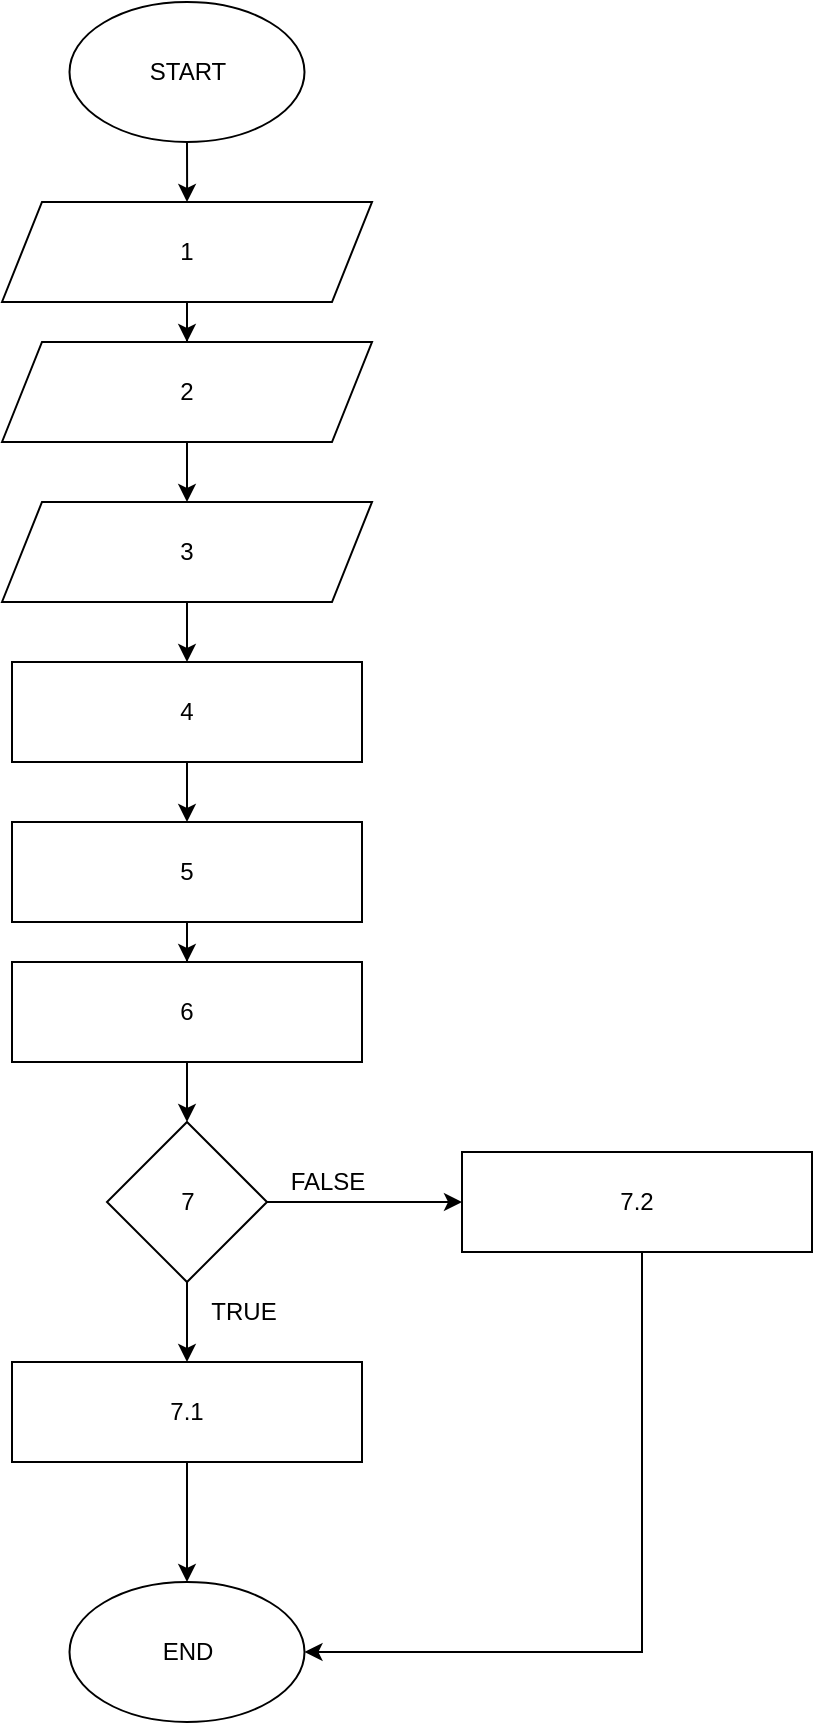
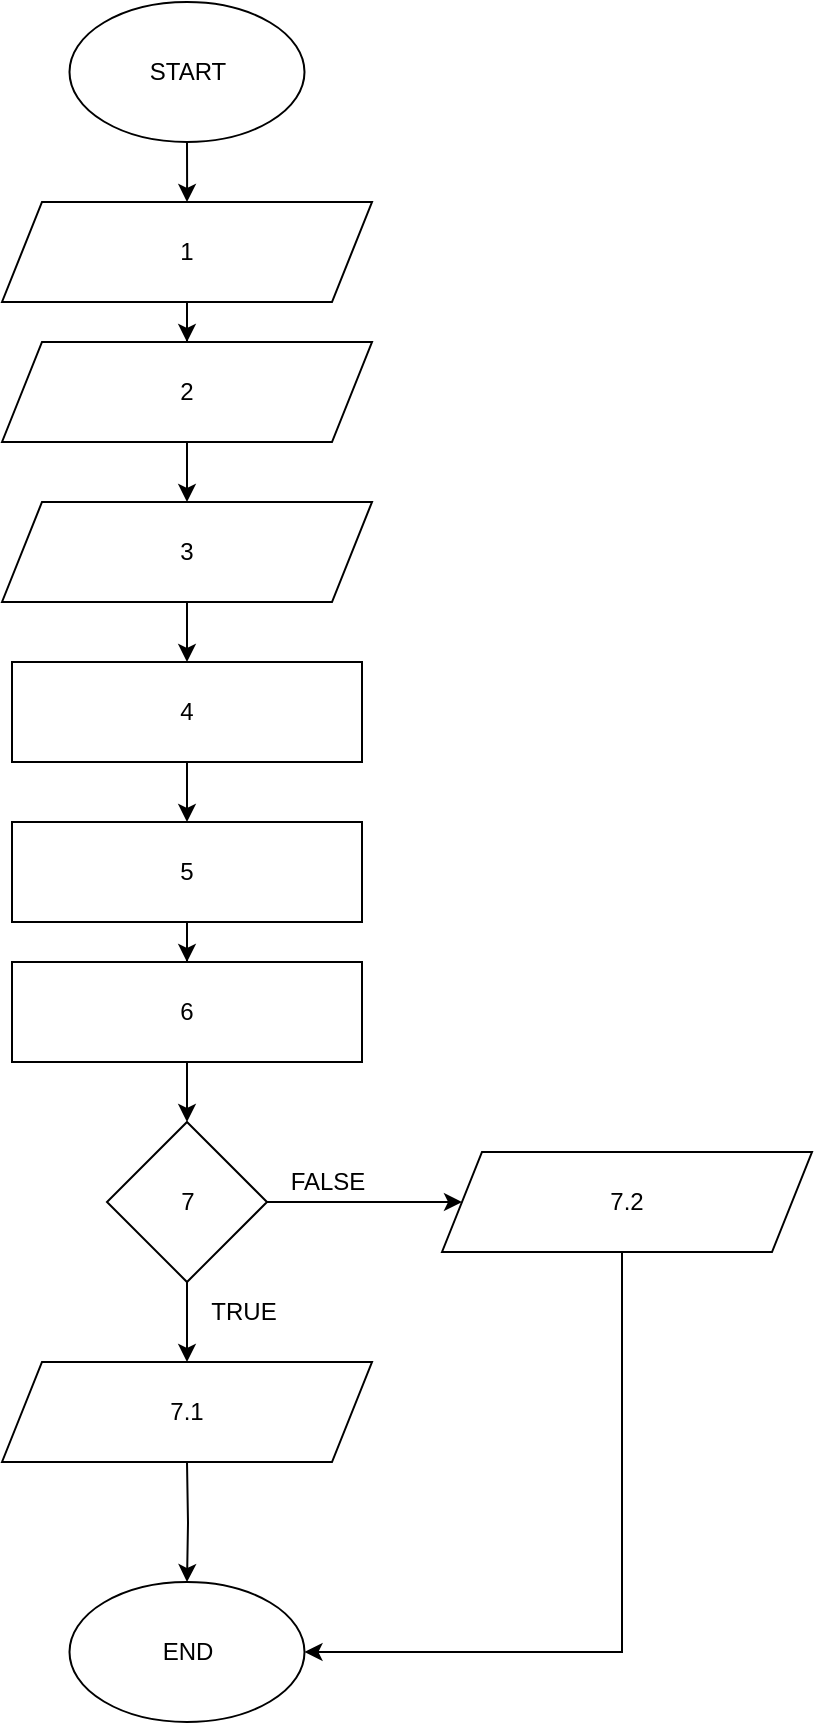
<mxfile host="app.diagrams.net">
-   <diagram name="Page-1" id="DZQpwDG2AguKfzWeCMCz">
-     <mxGraphModel dx="1832" dy="1016" grid="1" gridSize="10" guides="1" tooltips="1" connect="1" arrows="1" fold="1" page="1" pageScale="1" pageWidth="850" pageHeight="1100" math="0" shadow="0">
+   <diagram name="Page-1" id="gaM7ZMEkuyfL6_FFLKv9">
+     <mxGraphModel dx="1396" dy="1991" grid="1" gridSize="10" guides="1" tooltips="1" connect="1" arrows="1" fold="1" page="1" pageScale="1" pageWidth="850" pageHeight="1100" math="0" shadow="0">
      <root>
        <mxCell id="0" />
        <mxCell id="1" parent="0" />
-         <mxCell id="kQ8cNT2L98zMurMp1pFD-1" edge="1" parent="1" source="kQ8cNT2L98zMurMp1pFD-2" style="edgeStyle=orthogonalEdgeStyle;rounded=0;orthogonalLoop=1;jettySize=auto;html=1;" target="kQ8cNT2L98zMurMp1pFD-5" value="">
+         <mxCell id="jRngi_6EwiUO38Zkh1do-200" edge="1" parent="1" source="jRngi_6EwiUO38Zkh1do-201" style="edgeStyle=orthogonalEdgeStyle;rounded=0;orthogonalLoop=1;jettySize=auto;html=1;" target="jRngi_6EwiUO38Zkh1do-204" value="">
          <mxGeometry relative="1" as="geometry" />
        </mxCell>
-         <mxCell id="kQ8cNT2L98zMurMp1pFD-2" parent="1" style="ellipse;whiteSpace=wrap;html=1;" value="START" vertex="1">
-           <mxGeometry height="70" width="117.5" x="113.75" y="20" as="geometry" />
+         <mxCell id="jRngi_6EwiUO38Zkh1do-201" parent="1" style="ellipse;whiteSpace=wrap;html=1;" value="START" vertex="1">
+           <mxGeometry height="70" width="117.5" x="73.75" y="-1040" as="geometry" />
        </mxCell>
-         <mxCell id="kQ8cNT2L98zMurMp1pFD-3" parent="1" style="ellipse;whiteSpace=wrap;html=1;" value="END" vertex="1">
-           <mxGeometry height="70" width="117.5" x="113.75" y="810" as="geometry" />
+         <mxCell id="jRngi_6EwiUO38Zkh1do-202" parent="1" style="ellipse;whiteSpace=wrap;html=1;" value="END" vertex="1">
+           <mxGeometry height="70" width="117.5" x="73.75" y="-250" as="geometry" />
        </mxCell>
-         <mxCell id="hf9Sjb7kctjb_-5yFeh5-3" edge="1" parent="1" source="kQ8cNT2L98zMurMp1pFD-5" style="edgeStyle=orthogonalEdgeStyle;rounded=0;orthogonalLoop=1;jettySize=auto;html=1;" target="hf9Sjb7kctjb_-5yFeh5-1" value="">
+         <mxCell id="jRngi_6EwiUO38Zkh1do-203" edge="1" parent="1" source="jRngi_6EwiUO38Zkh1do-204" style="edgeStyle=orthogonalEdgeStyle;rounded=0;orthogonalLoop=1;jettySize=auto;html=1;" target="jRngi_6EwiUO38Zkh1do-212" value="">
          <mxGeometry relative="1" as="geometry" />
        </mxCell>
-         <mxCell id="kQ8cNT2L98zMurMp1pFD-5" parent="1" style="shape=parallelogram;perimeter=parallelogramPerimeter;whiteSpace=wrap;html=1;fixedSize=1;" value="1" vertex="1">
-           <mxGeometry height="50" width="185" x="80" y="120" as="geometry" />
+         <mxCell id="jRngi_6EwiUO38Zkh1do-204" parent="1" style="shape=parallelogram;perimeter=parallelogramPerimeter;whiteSpace=wrap;html=1;fixedSize=1;" value="1" vertex="1">
+           <mxGeometry height="50" width="185" x="40" y="-940" as="geometry" />
        </mxCell>
-         <mxCell id="kQ8cNT2L98zMurMp1pFD-8" edge="1" parent="1" source="kQ8cNT2L98zMurMp1pFD-9" style="edgeStyle=orthogonalEdgeStyle;rounded=0;orthogonalLoop=1;jettySize=auto;html=1;" target="kQ8cNT2L98zMurMp1pFD-11" value="">
+         <mxCell id="jRngi_6EwiUO38Zkh1do-205" edge="1" parent="1" source="jRngi_6EwiUO38Zkh1do-206" style="edgeStyle=orthogonalEdgeStyle;rounded=0;orthogonalLoop=1;jettySize=auto;html=1;" target="jRngi_6EwiUO38Zkh1do-208" value="">
          <mxGeometry relative="1" as="geometry" />
        </mxCell>
-         <mxCell id="kQ8cNT2L98zMurMp1pFD-9" parent="1" style="rounded=0;whiteSpace=wrap;html=1;" value="4" vertex="1">
-           <mxGeometry height="50" width="175" x="85" y="350" as="geometry" />
+         <mxCell id="jRngi_6EwiUO38Zkh1do-206" parent="1" style="rounded=0;whiteSpace=wrap;html=1;" value="4" vertex="1">
+           <mxGeometry height="50" width="175" x="45" y="-710" as="geometry" />
        </mxCell>
-         <mxCell id="kQ8cNT2L98zMurMp1pFD-10" edge="1" parent="1" source="kQ8cNT2L98zMurMp1pFD-11" style="edgeStyle=orthogonalEdgeStyle;rounded=0;orthogonalLoop=1;jettySize=auto;html=1;" target="kQ8cNT2L98zMurMp1pFD-13" value="">
+         <mxCell id="jRngi_6EwiUO38Zkh1do-207" edge="1" parent="1" source="jRngi_6EwiUO38Zkh1do-208" style="edgeStyle=orthogonalEdgeStyle;rounded=0;orthogonalLoop=1;jettySize=auto;html=1;" target="jRngi_6EwiUO38Zkh1do-210" value="">
          <mxGeometry relative="1" as="geometry" />
        </mxCell>
-         <mxCell id="kQ8cNT2L98zMurMp1pFD-11" parent="1" style="rounded=0;whiteSpace=wrap;html=1;" value="5" vertex="1">
-           <mxGeometry height="50" width="175" x="85" y="430" as="geometry" />
+         <mxCell id="jRngi_6EwiUO38Zkh1do-208" parent="1" style="rounded=0;whiteSpace=wrap;html=1;" value="5" vertex="1">
+           <mxGeometry height="50" width="175" x="45" y="-630" as="geometry" />
        </mxCell>
-         <mxCell id="hf9Sjb7kctjb_-5yFeh5-8" edge="1" parent="1" source="kQ8cNT2L98zMurMp1pFD-13" style="edgeStyle=orthogonalEdgeStyle;rounded=0;orthogonalLoop=1;jettySize=auto;html=1;" target="hf9Sjb7kctjb_-5yFeh5-7" value="">
+         <mxCell id="jRngi_6EwiUO38Zkh1do-209" edge="1" parent="1" source="jRngi_6EwiUO38Zkh1do-210" style="edgeStyle=orthogonalEdgeStyle;rounded=0;orthogonalLoop=1;jettySize=auto;html=1;" target="jRngi_6EwiUO38Zkh1do-217" value="">
          <mxGeometry relative="1" as="geometry" />
        </mxCell>
-         <mxCell id="kQ8cNT2L98zMurMp1pFD-13" parent="1" style="rounded=0;whiteSpace=wrap;html=1;" value="6" vertex="1">
-           <mxGeometry height="50" width="175" x="85" y="500" as="geometry" />
+         <mxCell id="jRngi_6EwiUO38Zkh1do-210" parent="1" style="rounded=0;whiteSpace=wrap;html=1;" value="6" vertex="1">
+           <mxGeometry height="50" width="175" x="45" y="-560" as="geometry" />
        </mxCell>
-         <mxCell id="hf9Sjb7kctjb_-5yFeh5-4" edge="1" parent="1" source="hf9Sjb7kctjb_-5yFeh5-1" style="edgeStyle=orthogonalEdgeStyle;rounded=0;orthogonalLoop=1;jettySize=auto;html=1;" target="hf9Sjb7kctjb_-5yFeh5-2" value="">
+         <mxCell id="jRngi_6EwiUO38Zkh1do-211" edge="1" parent="1" source="jRngi_6EwiUO38Zkh1do-212" style="edgeStyle=orthogonalEdgeStyle;rounded=0;orthogonalLoop=1;jettySize=auto;html=1;" target="jRngi_6EwiUO38Zkh1do-214" value="">
          <mxGeometry relative="1" as="geometry" />
        </mxCell>
-         <mxCell id="hf9Sjb7kctjb_-5yFeh5-1" parent="1" style="shape=parallelogram;perimeter=parallelogramPerimeter;whiteSpace=wrap;html=1;fixedSize=1;" value="2" vertex="1">
-           <mxGeometry height="50" width="185" x="80" y="190" as="geometry" />
+         <mxCell id="jRngi_6EwiUO38Zkh1do-212" parent="1" style="shape=parallelogram;perimeter=parallelogramPerimeter;whiteSpace=wrap;html=1;fixedSize=1;" value="2" vertex="1">
+           <mxGeometry height="50" width="185" x="40" y="-870" as="geometry" />
        </mxCell>
-         <mxCell id="hf9Sjb7kctjb_-5yFeh5-5" edge="1" parent="1" source="hf9Sjb7kctjb_-5yFeh5-2" style="edgeStyle=orthogonalEdgeStyle;rounded=0;orthogonalLoop=1;jettySize=auto;html=1;" target="kQ8cNT2L98zMurMp1pFD-9" value="">
+         <mxCell id="jRngi_6EwiUO38Zkh1do-213" edge="1" parent="1" source="jRngi_6EwiUO38Zkh1do-214" style="edgeStyle=orthogonalEdgeStyle;rounded=0;orthogonalLoop=1;jettySize=auto;html=1;" target="jRngi_6EwiUO38Zkh1do-206" value="">
          <mxGeometry relative="1" as="geometry" />
        </mxCell>
-         <mxCell id="hf9Sjb7kctjb_-5yFeh5-2" parent="1" style="shape=parallelogram;perimeter=parallelogramPerimeter;whiteSpace=wrap;html=1;fixedSize=1;" value="3" vertex="1">
-           <mxGeometry height="50" width="185" x="80" y="270" as="geometry" />
+         <mxCell id="jRngi_6EwiUO38Zkh1do-214" parent="1" style="shape=parallelogram;perimeter=parallelogramPerimeter;whiteSpace=wrap;html=1;fixedSize=1;" value="3" vertex="1">
+           <mxGeometry height="50" width="185" x="40" y="-790" as="geometry" />
        </mxCell>
-         <mxCell id="hf9Sjb7kctjb_-5yFeh5-10" edge="1" parent="1" source="hf9Sjb7kctjb_-5yFeh5-7" style="edgeStyle=orthogonalEdgeStyle;rounded=0;orthogonalLoop=1;jettySize=auto;html=1;" target="hf9Sjb7kctjb_-5yFeh5-9" value="">
-           <mxGeometry relative="1" as="geometry" />
+         <mxCell id="jRngi_6EwiUO38Zkh1do-215" edge="1" parent="1" source="jRngi_6EwiUO38Zkh1do-217" style="edgeStyle=orthogonalEdgeStyle;rounded=0;orthogonalLoop=1;jettySize=auto;html=1;" value="">
+           <mxGeometry relative="1" as="geometry">
+             <mxPoint x="132.5" y="-360" as="targetPoint" />
+           </mxGeometry>
        </mxCell>
-         <mxCell id="hf9Sjb7kctjb_-5yFeh5-13" edge="1" parent="1" source="hf9Sjb7kctjb_-5yFeh5-7" style="edgeStyle=orthogonalEdgeStyle;rounded=0;orthogonalLoop=1;jettySize=auto;html=1;" target="hf9Sjb7kctjb_-5yFeh5-12" value="">
-           <mxGeometry relative="1" as="geometry" />
+         <mxCell id="jRngi_6EwiUO38Zkh1do-216" edge="1" parent="1" source="jRngi_6EwiUO38Zkh1do-217" style="edgeStyle=orthogonalEdgeStyle;rounded=0;orthogonalLoop=1;jettySize=auto;html=1;" value="">
+           <mxGeometry relative="1" as="geometry">
+             <mxPoint x="270" y="-440" as="targetPoint" />
+           </mxGeometry>
        </mxCell>
-         <mxCell id="hf9Sjb7kctjb_-5yFeh5-7" parent="1" style="rhombus;whiteSpace=wrap;html=1;" value="7" vertex="1">
-           <mxGeometry height="80" width="80" x="132.5" y="580" as="geometry" />
+         <mxCell id="jRngi_6EwiUO38Zkh1do-217" parent="1" style="rhombus;whiteSpace=wrap;html=1;" value="7" vertex="1">
+           <mxGeometry height="80" width="80" x="92.5" y="-480" as="geometry" />
        </mxCell>
-         <mxCell id="hf9Sjb7kctjb_-5yFeh5-11" edge="1" parent="1" source="hf9Sjb7kctjb_-5yFeh5-9" style="edgeStyle=orthogonalEdgeStyle;rounded=0;orthogonalLoop=1;jettySize=auto;html=1;" target="kQ8cNT2L98zMurMp1pFD-3" value="">
-           <mxGeometry relative="1" as="geometry" />
+         <mxCell id="jRngi_6EwiUO38Zkh1do-218" edge="1" parent="1" style="edgeStyle=orthogonalEdgeStyle;rounded=0;orthogonalLoop=1;jettySize=auto;html=1;" target="jRngi_6EwiUO38Zkh1do-202" value="">
+           <mxGeometry relative="1" as="geometry">
+             <mxPoint x="132.5" y="-310" as="sourcePoint" />
+           </mxGeometry>
        </mxCell>
-         <mxCell id="hf9Sjb7kctjb_-5yFeh5-9" parent="1" style="rounded=0;whiteSpace=wrap;html=1;" value="7.1" vertex="1">
-           <mxGeometry height="50" width="175" x="85" y="700" as="geometry" />
-         </mxCell>
-         <mxCell id="hf9Sjb7kctjb_-5yFeh5-16" edge="1" parent="1" source="hf9Sjb7kctjb_-5yFeh5-12" style="edgeStyle=orthogonalEdgeStyle;rounded=0;orthogonalLoop=1;jettySize=auto;html=1;entryX=1;entryY=0.5;entryDx=0;entryDy=0;" target="kQ8cNT2L98zMurMp1pFD-3">
+         <mxCell id="jRngi_6EwiUO38Zkh1do-220" edge="1" parent="1" style="edgeStyle=orthogonalEdgeStyle;rounded=0;orthogonalLoop=1;jettySize=auto;html=1;entryX=1;entryY=0.5;entryDx=0;entryDy=0;" target="jRngi_6EwiUO38Zkh1do-202">
          <mxGeometry relative="1" as="geometry">
            <Array as="points">
-               <mxPoint x="400" y="845" />
+               <mxPoint x="350" y="-415" />
+               <mxPoint x="350" y="-215" />
            </Array>
+             <mxPoint x="360" y="-415" as="sourcePoint" />
          </mxGeometry>
        </mxCell>
-         <mxCell id="hf9Sjb7kctjb_-5yFeh5-12" parent="1" style="rounded=0;whiteSpace=wrap;html=1;" value="7.2" vertex="1">
-           <mxGeometry height="50" width="175" x="310" y="595" as="geometry" />
+         <mxCell id="jRngi_6EwiUO38Zkh1do-222" parent="1" style="text;html=1;whiteSpace=wrap;strokeColor=none;fillColor=none;align=center;verticalAlign=middle;rounded=0;" value="FALSE" vertex="1">
+           <mxGeometry height="30" width="60" x="172.5" y="-465" as="geometry" />
        </mxCell>
-         <mxCell id="hf9Sjb7kctjb_-5yFeh5-17" parent="1" style="text;html=1;whiteSpace=wrap;strokeColor=none;fillColor=none;align=center;verticalAlign=middle;rounded=0;" value="FALSE" vertex="1">
-           <mxGeometry height="30" width="60" x="212.5" y="595" as="geometry" />
+         <mxCell id="jRngi_6EwiUO38Zkh1do-223" parent="1" style="text;html=1;whiteSpace=wrap;strokeColor=none;fillColor=none;align=center;verticalAlign=middle;rounded=0;" value="TRUE" vertex="1">
+           <mxGeometry height="30" width="60" x="131.25" y="-400" as="geometry" />
        </mxCell>
-         <mxCell id="hf9Sjb7kctjb_-5yFeh5-18" parent="1" style="text;html=1;whiteSpace=wrap;strokeColor=none;fillColor=none;align=center;verticalAlign=middle;rounded=0;" value="TRUE" vertex="1">
-           <mxGeometry height="30" width="60" x="171.25" y="660" as="geometry" />
+         <mxCell id="jRngi_6EwiUO38Zkh1do-224" parent="1" style="shape=parallelogram;perimeter=parallelogramPerimeter;whiteSpace=wrap;html=1;fixedSize=1;" value="7.1" vertex="1">
+           <mxGeometry height="50" width="185" x="40" y="-360" as="geometry" />
+         </mxCell>
+         <mxCell id="jRngi_6EwiUO38Zkh1do-225" parent="1" style="shape=parallelogram;perimeter=parallelogramPerimeter;whiteSpace=wrap;html=1;fixedSize=1;" value="7.2" vertex="1">
+           <mxGeometry height="50" width="185" x="260" y="-465" as="geometry" />
        </mxCell>
      </root>
    </mxGraphModel>
  </diagram>
</mxfile>
